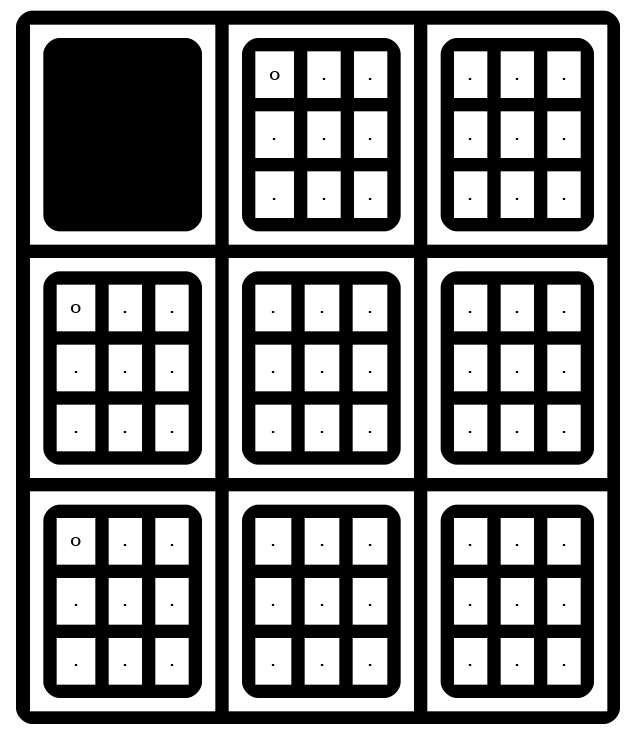
Earlier version of the Graphviz export g.png (Noahlfy/super-morpion). Its source is kept beside it as g.dot. Source of this version:
```dot
digraph  {
a0 [shape=none label=<
<TABLE border="0" cellspacing="10" cellpadding="10" style="rounded" bgcolor="black">
<TR>

<TD bgcolor="white">
<TABLE border="0" cellspacing="10" cellpadding="10" style="rounded" bgcolor="black">
<TR>
<TD bgcolor="black">&nbsp;</TD>
<TD bgcolor="black">&nbsp;</TD>
<TD bgcolor="black">&nbsp;</TD>
</TR>
<TR>
<TD bgcolor="black">&nbsp;</TD>
<TD bgcolor="black">&nbsp;</TD>
<TD bgcolor="black">&nbsp;</TD>
</TR>
<TR>
<TD bgcolor="black">&nbsp;</TD>
<TD bgcolor="black">&nbsp;</TD>
<TD bgcolor="black">&nbsp;</TD>
</TR>
</TABLE>
</TD>

<TD bgcolor="white">
<TABLE border="0" cellspacing="10" cellpadding="10" style="rounded" bgcolor="black">
<TR>
<TD bgcolor="white">o</TD>
<TD bgcolor="white">.</TD>
<TD bgcolor="white">.</TD>
</TR>

<TR>
<TD bgcolor="white">.</TD>
<TD bgcolor="white">.</TD>
<TD bgcolor="white">.</TD>
</TR>

<TR>
<TD bgcolor="white">.</TD>
<TD bgcolor="white">.</TD>
<TD bgcolor="white">.</TD>
</TR>
</TABLE>
</TD>

<TD bgcolor="white">
<TABLE border="0" cellspacing="10" cellpadding="10" style="rounded" bgcolor="black">
<TR>
<TD bgcolor="white">.</TD>
<TD bgcolor="white">.</TD>
<TD bgcolor="white">.</TD>
</TR>

<TR>
<TD bgcolor="white">.</TD>
<TD bgcolor="white">.</TD>
<TD bgcolor="white">.</TD>
</TR>

<TR>
<TD bgcolor="white">.</TD>
<TD bgcolor="white">.</TD>
<TD bgcolor="white">.</TD>
</TR>
</TABLE>
</TD>

</TR>
<TR>

<TD bgcolor="white">
<TABLE border="0" cellspacing="10" cellpadding="10" style="rounded" bgcolor="black">
<TR>
<TD bgcolor="white">o</TD>
<TD bgcolor="white">.</TD>
<TD bgcolor="white">.</TD>
</TR>

<TR>
<TD bgcolor="white">.</TD>
<TD bgcolor="white">.</TD>
<TD bgcolor="white">.</TD>
</TR>

<TR>
<TD bgcolor="white">.</TD>
<TD bgcolor="white">.</TD>
<TD bgcolor="white">.</TD>
</TR>
</TABLE>
</TD>

<TD bgcolor="white">
<TABLE border="0" cellspacing="10" cellpadding="10" style="rounded" bgcolor="black">
<TR>
<TD bgcolor="white">.</TD>
<TD bgcolor="white">.</TD>
<TD bgcolor="white">.</TD>
</TR>

<TR>
<TD bgcolor="white">.</TD>
<TD bgcolor="white">.</TD>
<TD bgcolor="white">.</TD>
</TR>

<TR>
<TD bgcolor="white">.</TD>
<TD bgcolor="white">.</TD>
<TD bgcolor="white">.</TD>
</TR>
</TABLE>
</TD>

<TD bgcolor="white">
<TABLE border="0" cellspacing="10" cellpadding="10" style="rounded" bgcolor="black">
<TR>
<TD bgcolor="white">.</TD>
<TD bgcolor="white">.</TD>
<TD bgcolor="white">.</TD>
</TR>

<TR>
<TD bgcolor="white">.</TD>
<TD bgcolor="white">.</TD>
<TD bgcolor="white">.</TD>
</TR>

<TR>
<TD bgcolor="white">.</TD>
<TD bgcolor="white">.</TD>
<TD bgcolor="white">.</TD>
</TR>
</TABLE>
</TD>

</TR>
<TR>

<TD bgcolor="white">
<TABLE border="0" cellspacing="10" cellpadding="10" style="rounded" bgcolor="black">
<TR>
<TD bgcolor="white">o</TD>
<TD bgcolor="white">.</TD>
<TD bgcolor="white">.</TD>
</TR>

<TR>
<TD bgcolor="white">.</TD>
<TD bgcolor="white">.</TD>
<TD bgcolor="white">.</TD>
</TR>

<TR>
<TD bgcolor="white">.</TD>
<TD bgcolor="white">.</TD>
<TD bgcolor="white">.</TD>
</TR>
</TABLE>
</TD>

<TD bgcolor="white">
<TABLE border="0" cellspacing="10" cellpadding="10" style="rounded" bgcolor="black">
<TR>
<TD bgcolor="white">.</TD>
<TD bgcolor="white">.</TD>
<TD bgcolor="white">.</TD>
</TR>

<TR>
<TD bgcolor="white">.</TD>
<TD bgcolor="white">.</TD>
<TD bgcolor="white">.</TD>
</TR>

<TR>
<TD bgcolor="white">.</TD>
<TD bgcolor="white">.</TD>
<TD bgcolor="white">.</TD>
</TR>
</TABLE>
</TD>

<TD bgcolor="white">
<TABLE border="0" cellspacing="10" cellpadding="10" style="rounded" bgcolor="black">
<TR>
<TD bgcolor="white">.</TD>
<TD bgcolor="white">.</TD>
<TD bgcolor="white">.</TD>
</TR>

<TR>
<TD bgcolor="white">.</TD>
<TD bgcolor="white">.</TD>
<TD bgcolor="white">.</TD>
</TR>

<TR>
<TD bgcolor="white">.</TD>
<TD bgcolor="white">.</TD>
<TD bgcolor="white">.</TD>
</TR>
</TABLE>
</TD>

</TR>
</TABLE>

>];

}
```
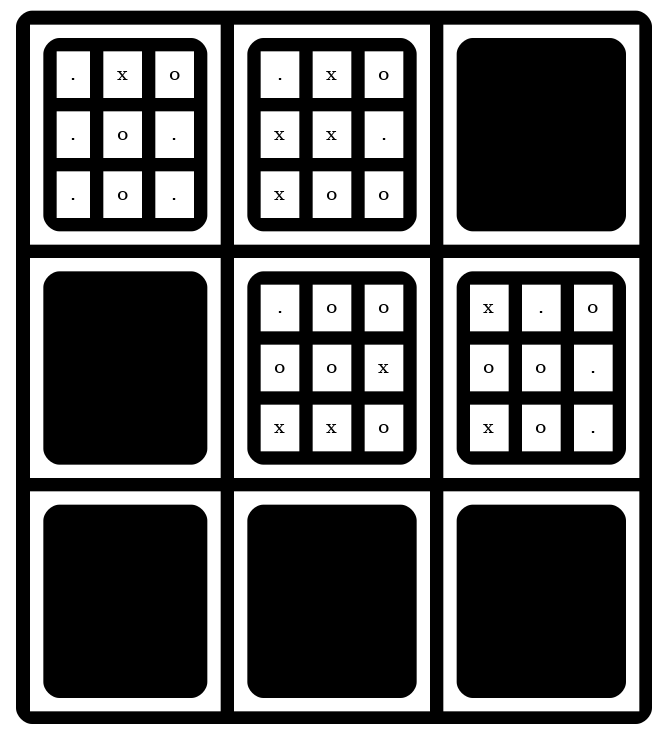
The same file after the commit.

What changed in the source:
```diff
@@ -6,74 +6,7 @@
 <TD bgcolor="white">
 <TABLE border="0" cellspacing="10" cellpadding="10" style="rounded" bgcolor="black">
 <TR>
-<TD bgcolor="black">&nbsp;</TD>
-<TD bgcolor="black">&nbsp;</TD>
-<TD bgcolor="black">&nbsp;</TD>
-</TR>
-<TR>
-<TD bgcolor="black">&nbsp;</TD>
-<TD bgcolor="black">&nbsp;</TD>
-<TD bgcolor="black">&nbsp;</TD>
-</TR>
-<TR>
-<TD bgcolor="black">&nbsp;</TD>
-<TD bgcolor="black">&nbsp;</TD>
-<TD bgcolor="black">&nbsp;</TD>
-</TR>
-</TABLE>
-</TD>
-
-<TD bgcolor="white">
-<TABLE border="0" cellspacing="10" cellpadding="10" style="rounded" bgcolor="black">
-<TR>
-<TD bgcolor="white">o</TD>
 <TD bgcolor="white">.</TD>
-<TD bgcolor="white">.</TD>
-</TR>
-
-<TR>
-<TD bgcolor="white">.</TD>
-<TD bgcolor="white">.</TD>
-<TD bgcolor="white">.</TD>
-</TR>
-
-<TR>
-<TD bgcolor="white">.</TD>
-<TD bgcolor="white">.</TD>
-<TD bgcolor="white">.</TD>
-</TR>
-</TABLE>
-</TD>
-
-<TD bgcolor="white">
-<TABLE border="0" cellspacing="10" cellpadding="10" style="rounded" bgcolor="black">
-<TR>
-<TD bgcolor="white">.</TD>
-<TD bgcolor="white">.</TD>
-<TD bgcolor="white">.</TD>
-</TR>
-
-<TR>
-<TD bgcolor="white">.</TD>
-<TD bgcolor="white">.</TD>
-<TD bgcolor="white">.</TD>
-</TR>
-
-<TR>
-<TD bgcolor="white">.</TD>
-<TD bgcolor="white">.</TD>
-<TD bgcolor="white">.</TD>
-</TR>
-</TABLE>
-</TD>
-
-</TR>
-<TR>
-
-<TD bgcolor="white">
-<TABLE border="0" cellspacing="10" cellpadding="10" style="rounded" bgcolor="black">
-<TR>
-<TD bgcolor="white">o</TD>
 <TD bgcolor="white">.</TD>
 <TD bgcolor="white">.</TD>
 </TR>
@@ -142,7 +75,76 @@
 <TD bgcolor="white">
 <TABLE border="0" cellspacing="10" cellpadding="10" style="rounded" bgcolor="black">
 <TR>
+<TD bgcolor="white">.</TD>
+<TD bgcolor="white">.</TD>
+<TD bgcolor="white">.</TD>
+</TR>
+
+<TR>
+<TD bgcolor="white">.</TD>
+<TD bgcolor="white">.</TD>
+<TD bgcolor="white">.</TD>
+</TR>
+
+<TR>
+<TD bgcolor="white">.</TD>
+<TD bgcolor="white">.</TD>
+<TD bgcolor="white">.</TD>
+</TR>
+</TABLE>
+</TD>
+
+<TD bgcolor="white">
+<TABLE border="0" cellspacing="10" cellpadding="10" style="rounded" bgcolor="black">
+<TR>
+<TD bgcolor="white">.</TD>
+<TD bgcolor="white">.</TD>
+<TD bgcolor="white">.</TD>
+</TR>
+
+<TR>
+<TD bgcolor="white">.</TD>
 <TD bgcolor="white">o</TD>
+<TD bgcolor="white">.</TD>
+</TR>
+
+<TR>
+<TD bgcolor="white">.</TD>
+<TD bgcolor="white">.</TD>
+<TD bgcolor="white">.</TD>
+</TR>
+</TABLE>
+</TD>
+
+<TD bgcolor="white">
+<TABLE border="0" cellspacing="10" cellpadding="10" style="rounded" bgcolor="black">
+<TR>
+<TD bgcolor="white">.</TD>
+<TD bgcolor="white">.</TD>
+<TD bgcolor="white">.</TD>
+</TR>
+
+<TR>
+<TD bgcolor="white">.</TD>
+<TD bgcolor="white">.</TD>
+<TD bgcolor="white">.</TD>
+</TR>
+
+<TR>
+<TD bgcolor="white">.</TD>
+<TD bgcolor="white">.</TD>
+<TD bgcolor="white">.</TD>
+</TR>
+</TABLE>
+</TD>
+
+</TR>
+<TR>
+
+<TD bgcolor="white">
+<TABLE border="0" cellspacing="10" cellpadding="10" style="rounded" bgcolor="black">
+<TR>
+<TD bgcolor="white">.</TD>
 <TD bgcolor="white">.</TD>
 <TD bgcolor="white">.</TD>
 </TR>
```
